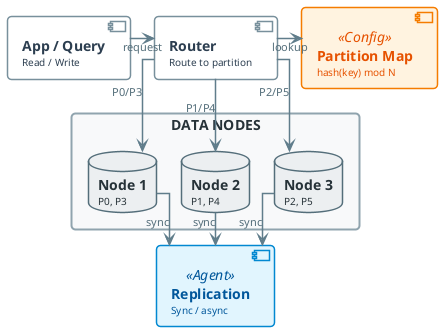
Above: diagrams/week02/week2_lecture_slide13_system_overview.png in OrPerets/data-engineering-course (PlantUML), before the change.
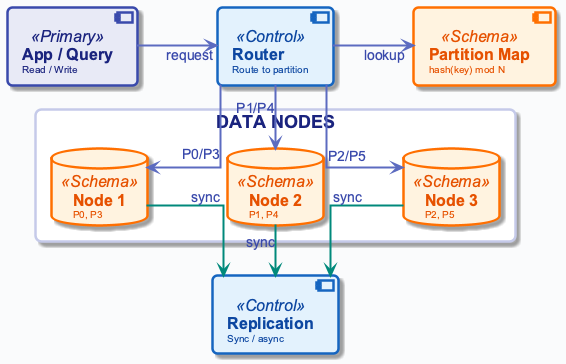
Later version of the same file.

Change to the diagram source:
```diff
@@ -1,147 +1,30 @@
 @startuml
+!include ../_template_styles.puml
+top to bottom direction
 
-top to bottom direction
-skinparam linetype ortho
-skinparam shadowing false
-skinparam roundcorner 8
-skinparam handwritten false
-skinparam nodesep 24
-skinparam ranksep 28
-
-skinparam defaultFontName "Segoe UI, Helvetica, sans-serif"
-skinparam defaultFontSize 16
-skinparam defaultFontColor #2C3E50
-
-skinparam rectangle {
-    BackgroundColor #F8F9FA
-    BorderColor #90A4AE
-    BorderThickness 2
-    FontColor #263238
-    FontSize 14
-    FontStyle bold
-    Padding 20
+together {
+    component "**App / Query**\n<size:10>Read / Write</size>" as CLIENT <<Primary>>
+    component "**Router**\n<size:10>Route to partition</size>" as ROUTER <<Control>>
+    component "**Partition Map**\n<size:10>hash(key) mod N</size>" as PMAP <<Schema>>
 }
 
-skinparam component {
-    BackgroundColor #FFFFFF
-    BorderColor #78909C
-    BorderThickness 1.5
-    FontSize 14
-    Padding 12
-}
-
-skinparam database {
-    BackgroundColor #ECEFF1
-    BorderColor #546E7A
-    BorderThickness 1.5
-    FontSize 14
-    FontColor #263238
-}
-
-skinparam arrow {
-    Color #607D8B
-    Thickness 1.5
-    FontSize 11
-    FontColor #546E7A
-}
-
-skinparam component<<UI>> {
-    BorderColor #8E24AA
-    BackgroundColor #F3E5F5
-    FontColor #4A148C
-}
-
-skinparam component<<Agent>> {
-    BorderColor #0288D1
-    BackgroundColor #E1F5FE
-    FontColor #01579B
-}
-
-skinparam component<<Tool>> {
-    BorderColor #2E7D32
-    BackgroundColor #E8F5E9
-    FontColor #1B5E20
-}
-
-skinparam component<<Config>> {
-    BorderColor #F57C00
-    BackgroundColor #FFF3E0
-    FontColor #E65100
-}
-
-skinparam component<<Bad>> {
-    BorderColor #C62828
-    BackgroundColor #FFEBEE
-    FontColor #B71C1C
-}
-
-skinparam component<<V1>> {
-    BorderColor #F57C00
-    BackgroundColor #FFF3E0
-    FontColor #E65100
-}
-
-skinparam component<<V2>> {
-    BorderColor #2E7D32
-    BackgroundColor #E8F5E9
-    FontColor #1B5E20
-}
-
-skinparam component<<up>> {
-    BackgroundColor #E8F5E9
-    BorderColor #2E7D32
-}
-
-skinparam component<<down>> {
-    BackgroundColor #FFEBEE
-    BorderColor #C62828
-}
-
-skinparam database<<up>> {
-    BackgroundColor #E8F5E9
-    BorderColor #2E7D32
-}
-
-skinparam database<<down>> {
-    BackgroundColor #FFEBEE
-    BorderColor #C62828
-}
-
-skinparam component<<success>> {
-    BackgroundColor #E8F5E9
-    BorderColor #2E7D32
-}
-
-skinparam component<<failure>> {
-    BackgroundColor #FFEBEE
-    BorderColor #C62828
-}
-
-
-
-together {
-    component "**App / Query**\n<size:10>Read / Write</size>" as CLIENT
-    component "**Router**\n<size:10>Route to partition</size>" as ROUTER
-    component "**Partition Map**\n<size:10>hash(key) mod N</size>" as PMAP <<Config>>
-}
-
-rectangle "DATA NODES" #F8F9FA {
-    database "**Node 1**\n<size:10>P0, P3</size>" as N1
-    database "**Node 2**\n<size:10>P1, P4</size>" as N2
-    database "**Node 3**\n<size:10>P2, P5</size>" as N3
+rectangle "DATA NODES" #FFFFFF {
+    database "**Node 1**\n<size:10>P0, P3</size>" as N1 <<Schema>>
+    database "**Node 2**\n<size:10>P1, P4</size>" as N2 <<Schema>>
+    database "**Node 3**\n<size:10>P2, P5</size>" as N3 <<Schema>>
     N1 -[hidden]right- N2
     N2 -[hidden]right- N3
 }
 
-component "**Replication**\n<size:10>Sync / async</size>" as REPL <<Agent>>
+component "**Replication**\n<size:10>Sync / async</size>" as REPL <<Control>>
 
-CLIENT -right-> ROUTER : "request"
-ROUTER -right-> PMAP : "lookup"
-ROUTER -down-> N1 : "P0/P3"
-ROUTER -down-> N2 : "P1/P4"
-ROUTER -down-> N3 : "P2/P5"
-N1 -down-> REPL : "sync"
-N2 -down-> REPL : "sync"
-N3 -down-> REPL : "sync"
+CLIENT -right[#5C6BC0,thickness=2]-> ROUTER : <color:#3949AB>request</color>
+ROUTER -right[#5C6BC0,thickness=2]-> PMAP : <color:#3949AB>lookup</color>
+ROUTER -down[#5C6BC0,thickness=2]-> N1 : <color:#3949AB>P0/P3</color>
+ROUTER -down[#5C6BC0,thickness=2]-> N2 : <color:#3949AB>P1/P4</color>
+ROUTER -down[#5C6BC0,thickness=2]-> N3 : <color:#3949AB>P2/P5</color>
+N1 -down[#00897B,thickness=2]-> REPL : <color:#3949AB>sync</color>
+N2 -down[#00897B,thickness=2]-> REPL : <color:#3949AB>sync</color>
+N3 -down[#00897B,thickness=2]-> REPL : <color:#3949AB>sync</color>
 
 @enduml
```
